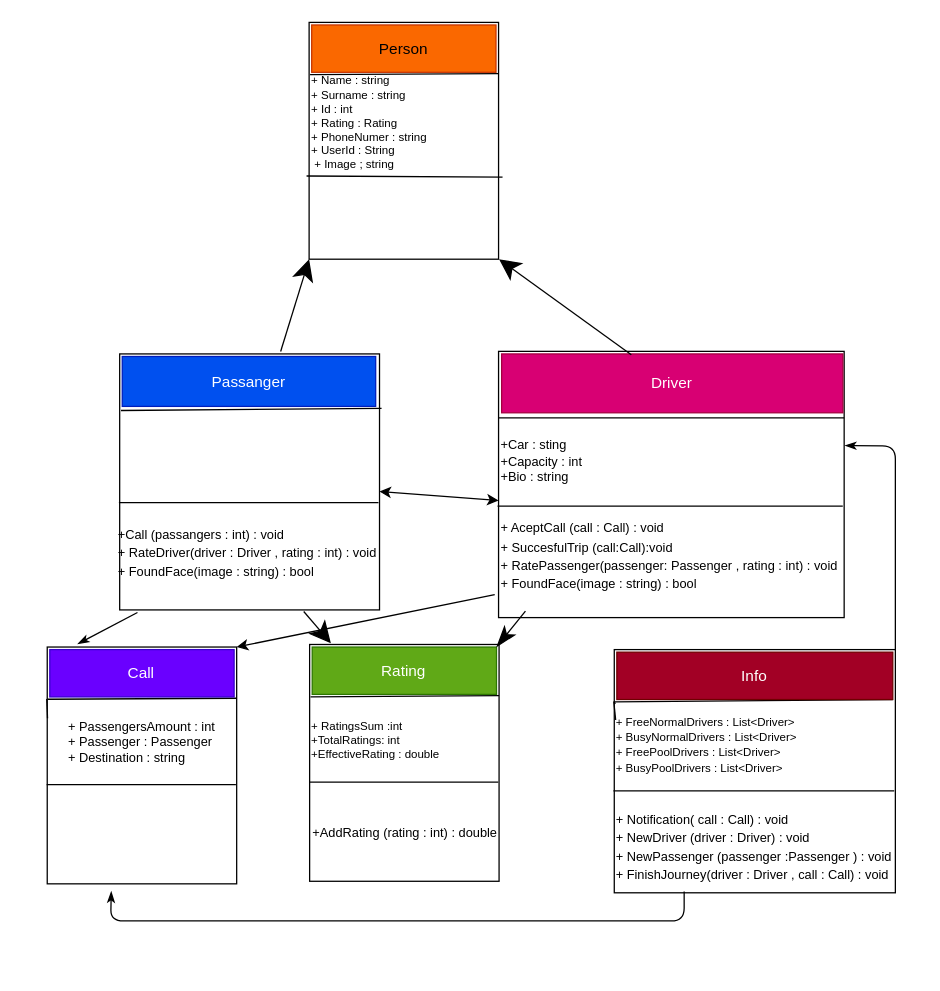
Earlier version of the draw.io diagram DiagramasUml.drawio (bugarin03/PII_TwitterApi). Source tidied: cells renumbered, new cells numbered last; positions are measured from the earlier drawing's top-left corner, leaving out a move shared by most shapes. Both pictures are drawn from the tidied source at 128%, with x=0, y=0 at pixel (46, 22).
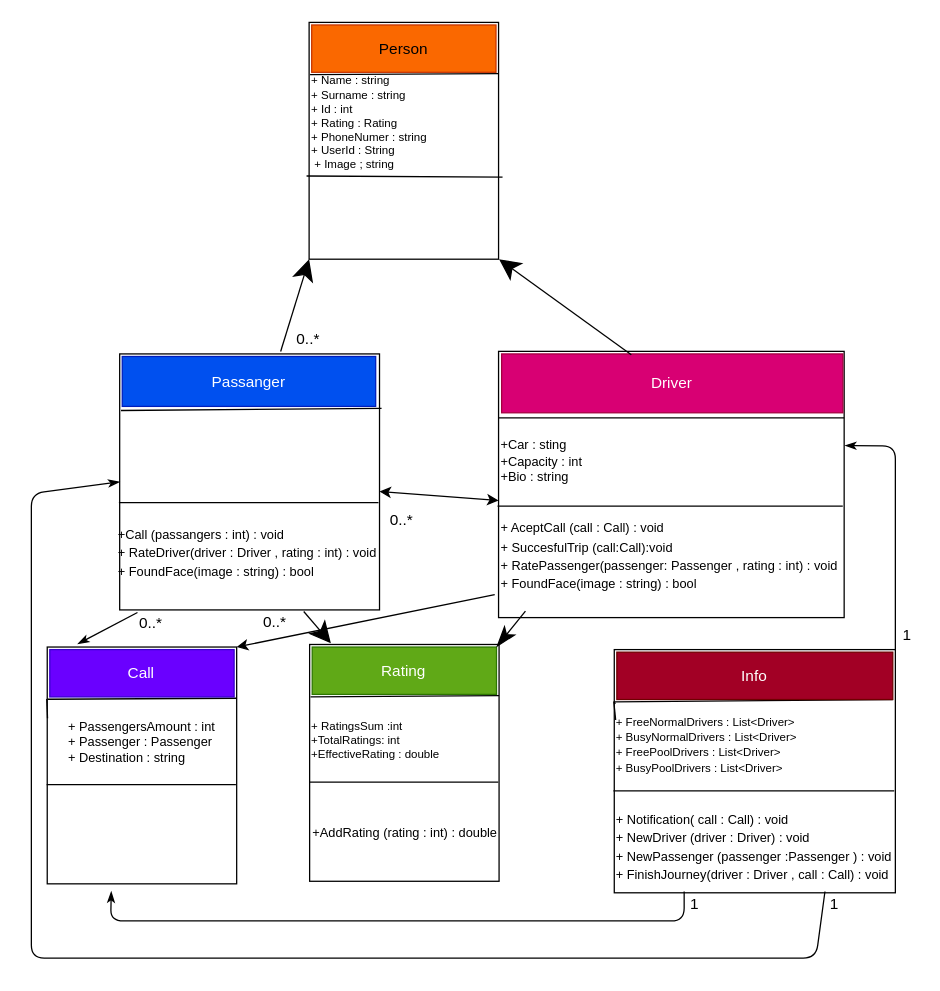
The same diagram, later.

Unchanged cells that the change refers to:
```xml
<mxCell id="8" style="rounded=0;whiteSpace=wrap;html=1;hachureGap=4;gradientColor=none;fillColor=default;" parent="1" vertex="1">
  <mxGeometry x="57" y="259" width="203" height="200" as="geometry" />
</mxCell>
<mxCell id="36" value="&lt;span style=&quot;font-size: 10px&quot;&gt;+ Notification( call : Call) : void&lt;br&gt;+ NewDriver (driver : Driver) : void&lt;br&gt;&lt;/span&gt;&lt;span style=&quot;font-size: 10px&quot;&gt;+ NewPassenger (passenger :Passenger ) : void&lt;/span&gt;&lt;span style=&quot;font-size: 10px&quot;&gt;&lt;br&gt;+ FinishJourney(driver : Driver , call : Call) : void&lt;br&gt;&lt;/span&gt;" style="text;html=1;strokeColor=none;fillColor=none;align=left;verticalAlign=middle;whiteSpace=wrap;rounded=0;" parent="1" vertex="1">
  <mxGeometry x="443" y="608" width="220" height="71" as="geometry" />
</mxCell>
```

Change to the diagram source:
```diff
@@
+    <mxCell id="47" style="edgeStyle=none;html=1;exitX=0.75;exitY=1;exitDx=0;exitDy=0;entryX=0;entryY=0.5;entryDx=0;entryDy=0;startArrow=none;startFill=0;endArrow=classicThin;endFill=1;" parent="1" edge="1" source="36" target="8">
+      <mxGeometry relative="1" as="geometry">
+        <Array as="points">
+          <mxPoint x="601" y="731" />
+          <mxPoint x="-12" y="731" />
+          <mxPoint x="-12" y="368" />
+        </Array>
+      </mxGeometry>
+    </mxCell>
@@
+    <mxCell id="48" value="1" style="text;html=1;align=center;verticalAlign=middle;strokeColor=none;fillColor=none;" parent="1" vertex="1">
+      <mxGeometry x="497" y="680" width="17" height="18" as="geometry" />
+    </mxCell>
+    <mxCell id="49" value="1" style="text;html=1;align=center;verticalAlign=middle;strokeColor=none;fillColor=none;" parent="1" vertex="1">
+      <mxGeometry x="606" y="680" width="17" height="18" as="geometry" />
+    </mxCell>
+    <mxCell id="50" value="1" style="text;html=1;align=center;verticalAlign=middle;strokeColor=none;fillColor=none;" parent="1" vertex="1">
+      <mxGeometry x="663" y="470" width="17" height="18" as="geometry" />
+    </mxCell>
+    <mxCell id="51" value="0..*" style="text;html=1;align=center;verticalAlign=middle;strokeColor=none;fillColor=none;" parent="1" vertex="1">
+      <mxGeometry x="263" y="380" width="28" height="18" as="geometry" />
+    </mxCell>
+    <mxCell id="52" value="0..*" style="text;html=1;align=center;verticalAlign=middle;strokeColor=none;fillColor=none;" parent="1" vertex="1">
+      <mxGeometry x="190" y="239" width="28" height="18" as="geometry" />
+    </mxCell>
+    <mxCell id="53" value="0..*" style="text;html=1;align=center;verticalAlign=middle;strokeColor=none;fillColor=none;" parent="1" vertex="1">
+      <mxGeometry x="67" y="461" width="28" height="18" as="geometry" />
+    </mxCell>
+    <mxCell id="54" value="0..*" style="text;html=1;align=center;verticalAlign=middle;strokeColor=none;fillColor=none;" parent="1" vertex="1">
+      <mxGeometry x="164" y="460" width="28" height="18" as="geometry" />
+    </mxCell>
```
